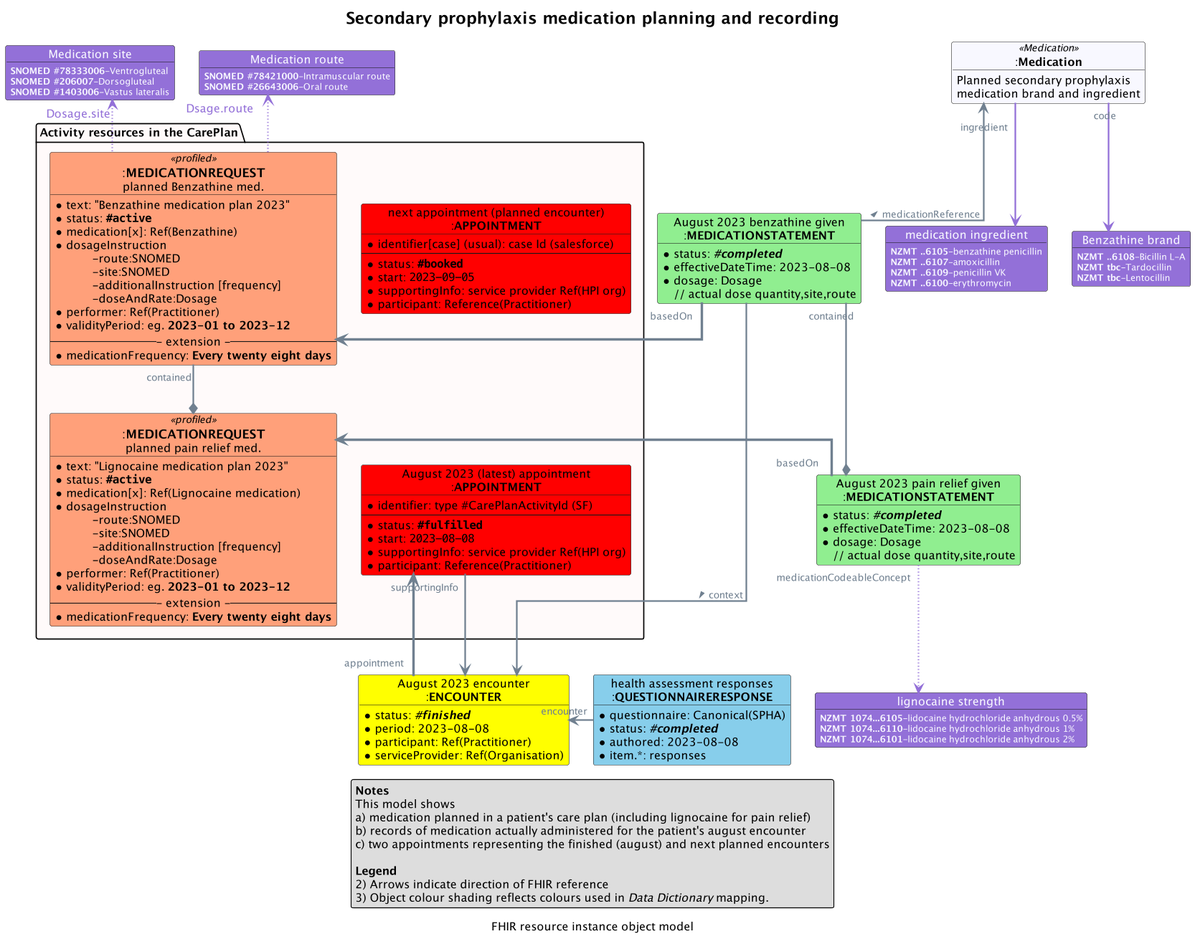
Before: input/images/obj-FHIR-medication-planandrecord.png, a diagram exported from PlantUML (tewhatuora/cinc-fhir-ig). The source it was exported from:
```plantuml
@startuml obj-FHIR-medication-planandrecord

top to bottom direction
skinparam dpi 200
allow_mixing
scale 800 width

skinparam ActivityDiamondBackgroundColor #RoyalBlue
skinparam ArrowColor #SlateGrey
skinparam ArrowFontColor #RoyalBlue
skinparam ArrowFontColor #SlateGrey
skinparam ArrowFontSize 12
skinparam ArrowMessageAlignment left
skinparam BoxPadding 10
skinparam linetype ortho
skinparam nodesep 30
skinparam ranksep 60
skinparam roundcorner 5
skinparam sequenceArrowThickness 2
skinparam TitleFontSize 20

caption FHIR resource instance object model

!procedure $Coding($Alias,$System,$Code,$Display)
  object "<color:GhostWhite>$System" as $Alias #MediumPurple {
    <color:GhostWhite><size:11>**$Code**-$Display
  }
!endprocedure

!procedure $ObjectDiagramLegendWithNote($heading,$noteline)

  legend bottom
    **$heading**
    $noteline
  endlegend

!endprocedure

title "Secondary prophylaxis medication planning and recording"

package "Activity resources in the CarePlan" as Activities #Snow {


  object "<size:15>:**MEDICATIONREQUEST**\nplanned Benzathine med." as MR1 <<profiled>> #LightSalmon {
    * text: "Benzathine medication plan 2023"
    * status: ""**#active**""
    * medication[x]: Ref(Benzathine)
    * dosageInstruction
      \t-route:SNOMED
      \t-site:SNOMED
      \t-additionalInstruction [frequency]
      \t-doseAndRate:Dosage
    * performer: Ref(Practitioner)
    * validityPeriod: eg. **2023-01 to 2023-12**
    --- extension ---
    * medicationFrequency: **Every twenty eight days**
  }


  object "<size:15>:**MEDICATIONREQUEST**\nplanned pain relief med." as MRinner <<profiled>> #LightSalmon {
    * text: "Lignocaine medication plan 2023"
    * status: ""**#active**""
    * medication[x]: Ref(Lignocaine medication)
    * dosageInstruction
      \t-route:SNOMED
      \t-site:SNOMED
      \t-additionalInstruction [frequency]
      \t-doseAndRate:Dosage
    * performer: Ref(Practitioner)
    * validityPeriod: eg. **2023-01 to 2023-12**
    --- extension ---
    * medicationFrequency: **Every twenty eight days**
  }

  object "August 2023 (latest) appointment\n:**APPOINTMENT**" as AUGUST_APPT #Red {
    *identifier: type #CarePlanActivityId (SF)
    ---
    * status: ""**#fulfilled**""
    * start: ""2023-08-08""
    * supportingInfo: service provider Ref(HPI org)
    * participant: Reference(Practitioner)
  }

  object "next appointment (planned encounter)\n:**APPOINTMENT**" as FUTURE_APPT #Red {
    *identifier[case] (usual): case Id (salesforce)
    ---
    * status: ""**#booked**""
    * start: ""2023-09-05""
    * supportingInfo: service provider Ref(HPI org)
    * participant: Reference(Practitioner)
  }

  MR1 -[hidden]r- FUTURE_APPT
  FUTURE_APPT -[hidden]d- AUGUST_APPT

}

$Coding(Route,"Medication route","SNOMED #78421000","Intramuscular route")
$Coding(Route,"Medication route","SNOMED #26643006","Oral route")

$Coding(Site,"Medication site","SNOMED #78333006","Ventrogluteal")
$Coding(Site,"Medication site","SNOMED #206007","Dorsogluteal")
$Coding(Site,"Medication site","SNOMED #1403006","Vastus lateralis")


object "August 2023 encounter\n:**ENCOUNTER**" as EInj1 #yellow {
  * status: //**#finished**//
  * period: 2023-08-08
  * participant: Ref(Practitioner)
  * serviceProvider: Ref(Organisation)
}

object "August 2023 benzathine given\n:**MEDICATIONSTATEMENT**" as MEDSTMT1 #LightGreen {
  * status: //**#completed**//
  * effectiveDateTime: 2023-08-08
  * dosage: Dosage
    // actual dose quantity,site,route
}

object "August 2023 pain relief given\n:**MEDICATIONSTATEMENT**" as MEDSTMTinner #LightGreen {
  * status: //**#completed**//
  * effectiveDateTime: 2023-08-08
  * dosage: Dosage
    // actual dose quantity,site,route
}

object "health assessment responses\n:**QUESTIONNAIRERESPONSE**" as QR1 #SkyBlue {
  * questionnaire: Canonical(SPHA)
  * status: //**#completed**//
  * authored: 2023-08-08
  * item.*: responses
}

$Coding(MedIngr,"medication ingredient","NZMT ..6105","benzathine penicillin")
$Coding(MedIngr,"medication ingredient","NZMT ..6107","amoxicillin")
$Coding(MedIngr,"medication ingredient","NZMT ..6109","penicillin VK")
$Coding(MedIngr,"medication ingredient","NZMT ..6100","erythromycin")

$Coding(MedBrand,"Benzathine brand","NZMT ..6108","Bicillin L-A")
$Coding(MedBrand,"Benzathine brand","NZMT tbc",   "Tardocillin")
$Coding(MedBrand,"Benzathine brand","NZMT tbc",   "Lentocillin")

object ":**Medication**" as MED <<Medication>> #GhostWhite {
  Planned secondary prophylaxis\nmedication brand and ingredient
}

$Coding(LIGNOCODE,"lignocaine strength","NZMT 1074...6105", "lidocaine hydrochloride anhydrous 0.5%" )
$Coding(LIGNOCODE,"lignocaine strength","NZMT 1074...6110", "lidocaine hydrochloride anhydrous 1%" )
$Coding(LIGNOCODE,"lignocaine strength","NZMT 1074...6101", "lidocaine hydrochloride anhydrous 2%" )



MR1 "contained" -d-* MRinner

MEDSTMTinner *-[norank]- "contained" MEDSTMT1
MEDSTMTinner "medicationCodeableConcept" -[#MediumPurple,dotted]d-> LIGNOCODE

EInj1 <-[norank]l- MEDSTMT1: < context


QR1 "encounter" -> EInj1

AUGUST_APPT "supportingInfo" -d-> EInj1
EInj1 "appointment" -[thickness=3,norank]u--> AUGUST_APPT

MR1 -[#MediumPurple,dotted]u-> "<color:MediumPurple><size:14>Dsage.route" Route
MR1  -[#MediumPurple,dotted]u-> "<color:MediumPurple><size:14>Dosage.site" Site

MEDSTMT1 "basedOn" -[thickness=3]r-> MR1
MEDSTMT1 -[norank]r-> MED : > medicationReference

MEDSTMTinner "basedOn" -[thickness=3]r-> MRinner


MED "\ningredient" -[#MediumPurple]-> MedIngr
MED "code" -[#MediumPurple]-> MedBrand









legend bottom
  **Notes**
  This model shows
  a) medication planned in a patient's care plan (including lignocaine for pain relief)
  b) records of medication actually administered for the patient's august encounter
  c) two appointments representing the finished (august) and next planned encounters

  **Legend**
  2) Arrows indicate direction of FHIR reference
  3) Object colour shading reflects colours used in //Data Dictionary// mapping.
endlegend


@enduml
```
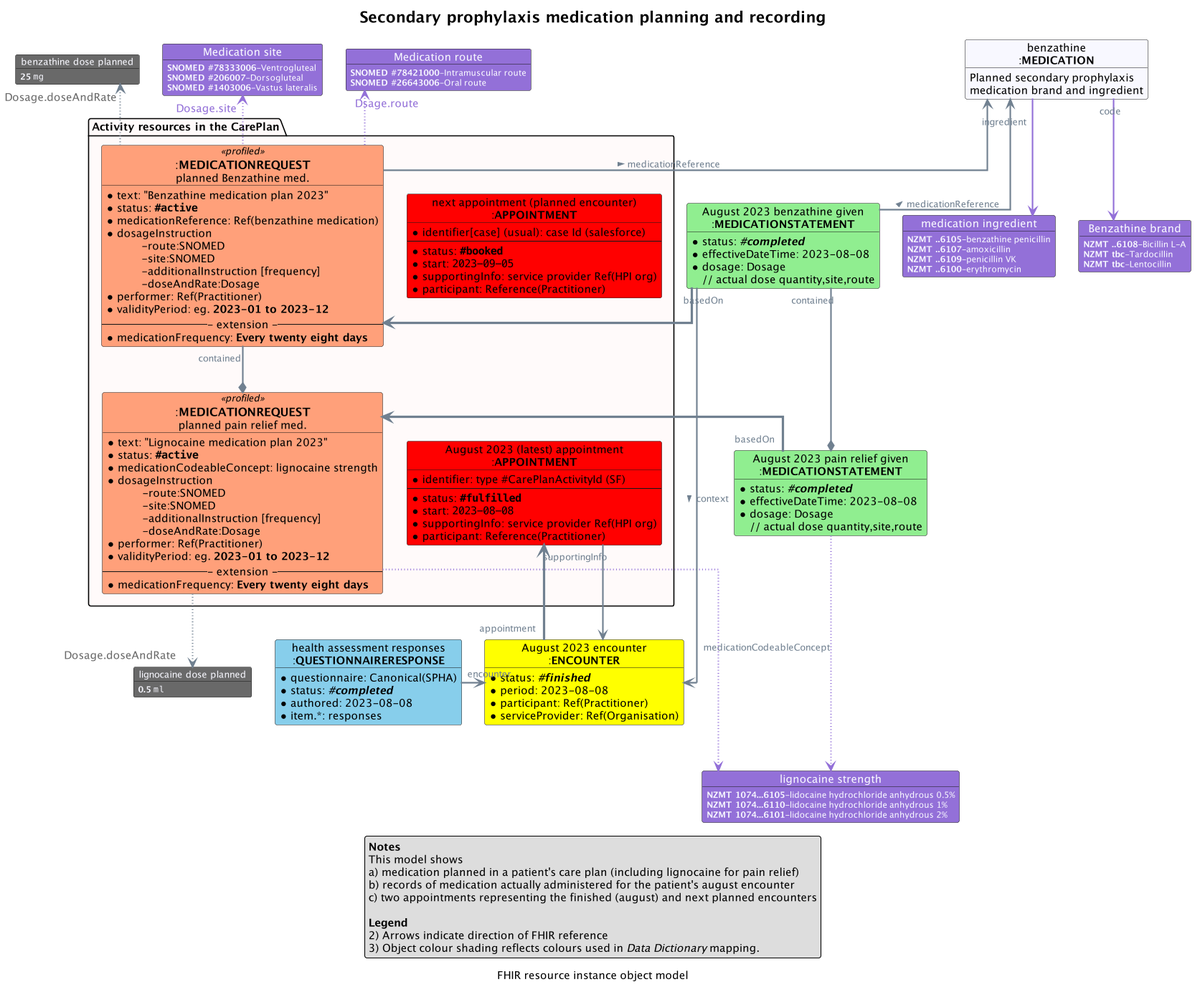
The same file after the commit.

Commit message:
changed lignocaine dose to realistic example value

Change to the diagram source:
```diff
@@ -27,13 +27,17 @@
   }
 !endprocedure
 
+!procedure $Quantity($Alias,$Quantity,$Value,$Unit)
+  object "<color:GhostWhite><size:12>$Quantity</color>" as $Alias #DimGrey {
+    <color:GhostWhite><size:11>**$Value** ""$Unit""
+  }
+!endprocedure
+
 !procedure $ObjectDiagramLegendWithNote($heading,$noteline)
-
   legend bottom
     **$heading**
     $noteline
   endlegend
-
 !endprocedure
 
 title "Secondary prophylaxis medication planning and recording"
@@ -44,7 +48,7 @@
   object "<size:15>:**MEDICATIONREQUEST**\nplanned Benzathine med." as MR1 <<profiled>> #LightSalmon {
     * text: "Benzathine medication plan 2023"
     * status: ""**#active**""
-    * medication[x]: Ref(Benzathine)
+    * medicationReference: Ref(benzathine medication)
     * dosageInstruction
       \t-route:SNOMED
       \t-site:SNOMED
@@ -60,7 +64,7 @@
   object "<size:15>:**MEDICATIONREQUEST**\nplanned pain relief med." as MRinner <<profiled>> #LightSalmon {
     * text: "Lignocaine medication plan 2023"
     * status: ""**#active**""
-    * medication[x]: Ref(Lignocaine medication)
+    * medicationCodeableConcept: lignocaine strength
     * dosageInstruction
       \t-route:SNOMED
       \t-site:SNOMED
@@ -95,13 +99,6 @@
 
 }
 
-$Coding(Route,"Medication route","SNOMED #78421000","Intramuscular route")
-$Coding(Route,"Medication route","SNOMED #26643006","Oral route")
-
-$Coding(Site,"Medication site","SNOMED #78333006","Ventrogluteal")
-$Coding(Site,"Medication site","SNOMED #206007","Dorsogluteal")
-$Coding(Site,"Medication site","SNOMED #1403006","Vastus lateralis")
-
 
 object "August 2023 encounter\n:**ENCOUNTER**" as EInj1 #yellow {
   * status: //**#finished**//
@@ -131,6 +128,21 @@
   * item.*: responses
 }
 
+
+object "benzathine\n:**MEDICATION**" as MED #GhostWhite {
+  Planned secondary prophylaxis\nmedication brand and ingredient
+}
+
+
+$Quantity(BDOSE,"benzathine dose planned","25","mg")
+
+$Coding(Route,"Medication route","SNOMED #78421000","Intramuscular route")
+$Coding(Route,"Medication route","SNOMED #26643006","Oral route")
+
+$Coding(Site,"Medication site","SNOMED #78333006","Ventrogluteal")
+$Coding(Site,"Medication site","SNOMED #206007","Dorsogluteal")
+$Coding(Site,"Medication site","SNOMED #1403006","Vastus lateralis")
+
 $Coding(MedIngr,"medication ingredient","NZMT ..6105","benzathine penicillin")
 $Coding(MedIngr,"medication ingredient","NZMT ..6107","amoxicillin")
 $Coding(MedIngr,"medication ingredient","NZMT ..6109","penicillin VK")
@@ -140,23 +152,22 @@
 $Coding(MedBrand,"Benzathine brand","NZMT tbc",   "Tardocillin")
 $Coding(MedBrand,"Benzathine brand","NZMT tbc",   "Lentocillin")
 
-object ":**Medication**" as MED <<Medication>> #GhostWhite {
-  Planned secondary prophylaxis\nmedication brand and ingredient
-}
-
 $Coding(LIGNOCODE,"lignocaine strength","NZMT 1074...6105", "lidocaine hydrochloride anhydrous 0.5%" )
 $Coding(LIGNOCODE,"lignocaine strength","NZMT 1074...6110", "lidocaine hydrochloride anhydrous 1%" )
 $Coding(LIGNOCODE,"lignocaine strength","NZMT 1074...6101", "lidocaine hydrochloride anhydrous 2%" )
+
+$Quantity(LDOSE,"lignocaine dose planned","0.5","ml")
 
 
 
 MR1 "contained" -d-* MRinner
 
 MEDSTMTinner *-[norank]- "contained" MEDSTMT1
-MEDSTMTinner "medicationCodeableConcept" -[#MediumPurple,dotted]d-> LIGNOCODE
+MEDSTMTinner  -[#MediumPurple,dotted]d--> LIGNOCODE : medicationCodeableConcept
+MRinner  -[#MediumPurple,dotted,norank]---> LIGNOCODE
+MRinner  -[dotted]d-> "<color:DimGray><size:14>Dosage.doseAndRate" LDOSE
 
 EInj1 <-[norank]l- MEDSTMT1: < context
-
 
 QR1 "encounter" -> EInj1
 
@@ -165,12 +176,13 @@
 
 MR1 -[#MediumPurple,dotted]u-> "<color:MediumPurple><size:14>Dsage.route" Route
 MR1  -[#MediumPurple,dotted]u-> "<color:MediumPurple><size:14>Dosage.site" Site
+MR1  -[dotted]u-> "<color:DimGray><size:14>Dosage.doseAndRate" BDOSE
+MR1 -[norank]r-> MED : > medicationReference
 
 MEDSTMT1 "basedOn" -[thickness=3]r-> MR1
 MEDSTMT1 -[norank]r-> MED : > medicationReference
 
 MEDSTMTinner "basedOn" -[thickness=3]r-> MRinner
-
 
 MED "\ningredient" -[#MediumPurple]-> MedIngr
 MED "code" -[#MediumPurple]-> MedBrand
```
